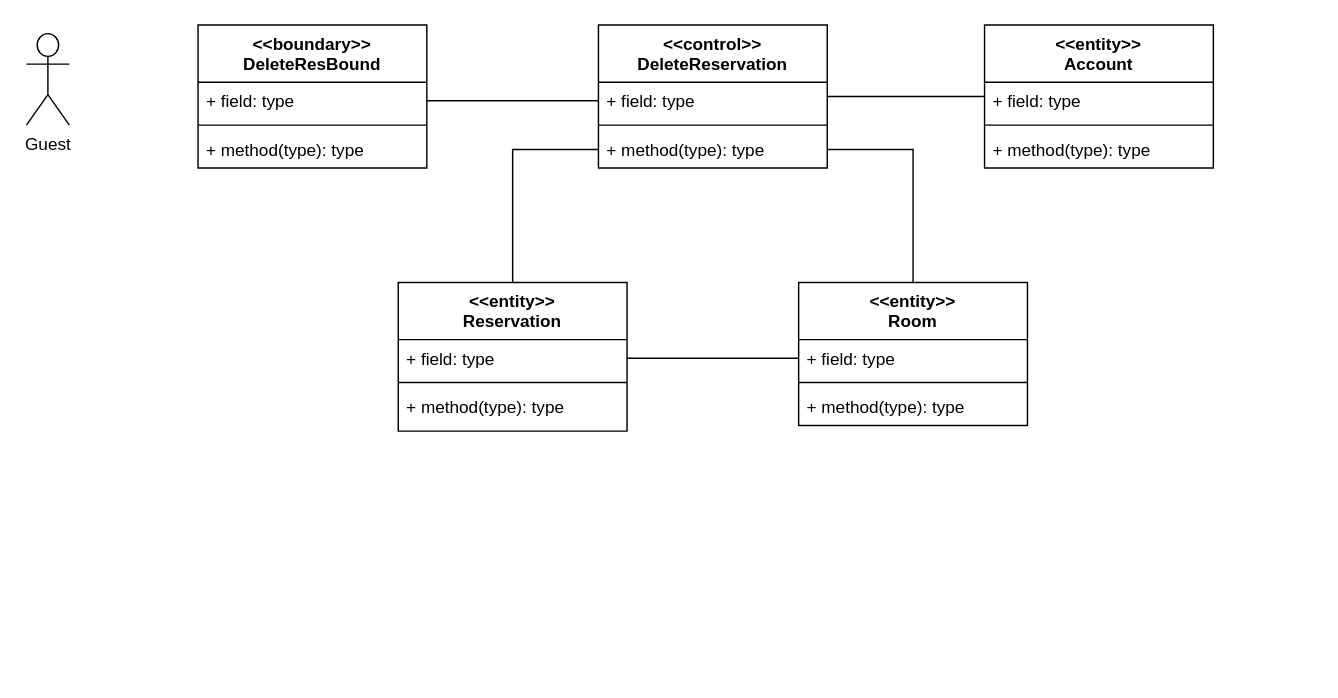
nic-agos/DoveStudi keeps this draw.io diagram as Docs/VoPC/VoPC DeleteReservation.drawio. Above is the earlier version. Source tidied: cells renumbered, new cells numbered last; positions are measured from the earlier drawing's top-left corner, leaving out a move shared by most shapes. Both pictures are drawn from the tidied source at 143%, with x=0, y=0 at pixel (26, 24).
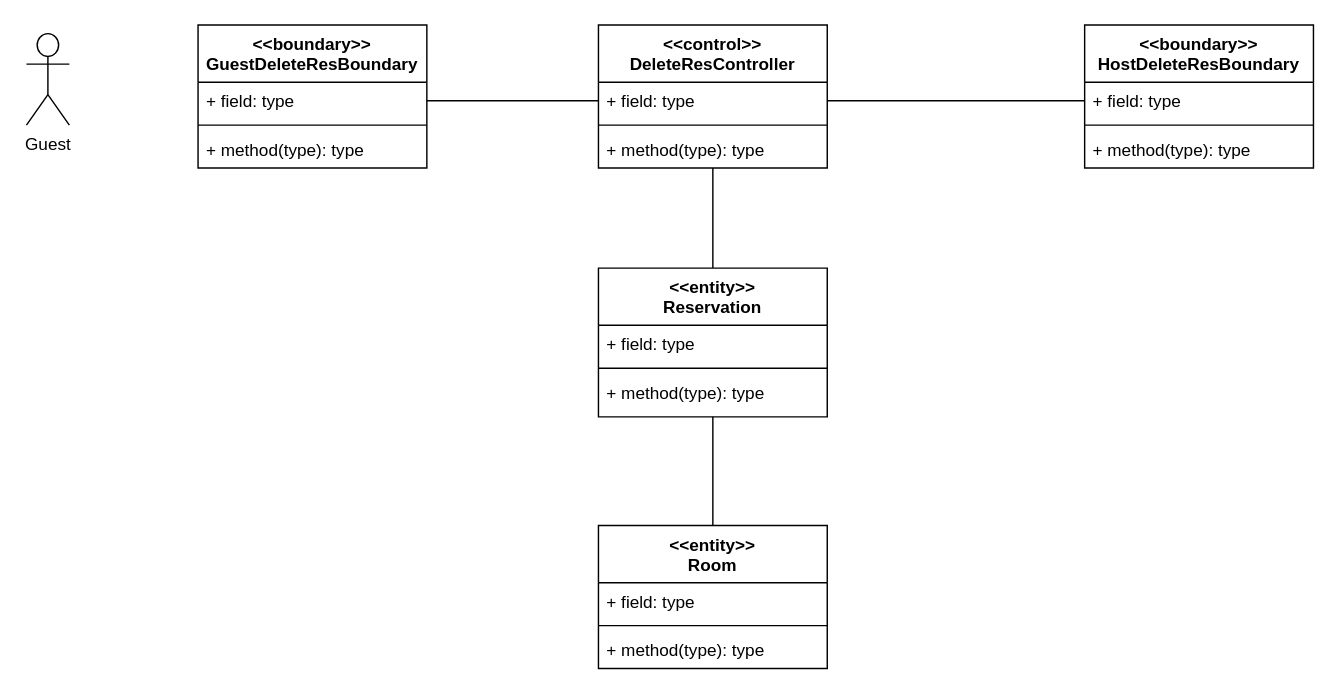
The same diagram, later.

The change refers to these unchanged cells:
```xml
<mxCell id="4" value="+ field: type" style="text;strokeColor=none;fillColor=none;align=left;verticalAlign=top;spacingLeft=4;spacingRight=4;overflow=hidden;points=[[0,0.5],[1,0.5]];portConstraint=eastwest;" parent="3" vertex="1">
  <mxGeometry y="40" width="160" height="26" as="geometry" />
</mxCell>
<mxCell id="6" value="+ method(type): type" style="text;strokeColor=none;fillColor=none;align=left;verticalAlign=top;spacingLeft=4;spacingRight=4;overflow=hidden;points=[[0,0.5],[1,0.5]];portConstraint=eastwest;" parent="3" vertex="1">
  <mxGeometry y="74" width="160" height="30" as="geometry" />
</mxCell>
<mxCell id="9" value="+ field: type" style="text;strokeColor=none;fillColor=none;align=left;verticalAlign=top;spacingLeft=4;spacingRight=4;overflow=hidden;points=[[0,0.5],[1,0.5]];portConstraint=eastwest;" parent="8" vertex="1">
  <mxGeometry y="40" width="160" height="26" as="geometry" />
</mxCell>
<mxCell id="11" value="+ method(type): type" style="text;strokeColor=none;fillColor=none;align=left;verticalAlign=top;spacingLeft=4;spacingRight=4;overflow=hidden;points=[[0,0.5],[1,0.5]];portConstraint=eastwest;" parent="8" vertex="1">
  <mxGeometry y="74" width="160" height="26" as="geometry" />
</mxCell>
<mxCell id="20" value="+ field: type" style="text;strokeColor=none;fillColor=none;align=left;verticalAlign=top;spacingLeft=4;spacingRight=4;overflow=hidden;points=[[0,0.5],[1,0.5]];portConstraint=eastwest;" parent="19" vertex="1">
  <mxGeometry y="40" width="160" height="26" as="geometry" />
</mxCell>
```

Change to the diagram source:
```diff
@@
-    <mxCell id="2" style="edgeStyle=orthogonalEdgeStyle;rounded=0;jettySize=auto;html=1;exitX=0.5;exitY=0;exitDx=0;exitDy=0;endArrow=none;endFill=0;" parent="1" edge="1" source="3" target="11">
+    <mxCell id="2" style="edgeStyle=orthogonalEdgeStyle;rounded=0;jettySize=auto;html=1;exitX=0.5;exitY=0;exitDx=0;exitDy=0;entryX=0.5;entryY=1;entryDx=0;entryDy=0;entryPerimeter=0;endArrow=none;endFill=0;" parent="1" edge="1" source="3" target="11">
       <mxGeometry relative="1" as="geometry" />
     </mxCell>
     <mxCell id="3" value="&lt;&lt;entity&gt;&gt;&#10;Reservation" style="swimlane;fontStyle=1;align=center;verticalAlign=top;horizontal=1;startSize=40;" parent="1" vertex="1">
-      <mxGeometry x="260" y="180" width="160" height="104" as="geometry" />
+      <mxGeometry x="400" y="170" width="160" height="104" as="geometry" />
     </mxCell>
@@
-    <mxCell id="7" style="edgeStyle=orthogonalEdgeStyle;rounded=0;jettySize=auto;html=1;exitX=1;exitY=0.5;exitDx=0;exitDy=0;entryX=0;entryY=0.5;entryDx=0;entryDy=0;endArrow=none;endFill=0;" parent="1" edge="1" source="8" target="24">
-      <mxGeometry relative="1" as="geometry" />
-    </mxCell>
-    <mxCell id="8" value="&lt;&lt;control&gt;&gt;&#10;DeleteReservation" style="swimlane;fontStyle=1;align=center;verticalAlign=top;horizontal=1;startSize=40;" parent="1" vertex="1">
+    <mxCell id="8" value="&lt;&lt;control&gt;&gt;&#10;DeleteResController" style="swimlane;fontStyle=1;align=center;verticalAlign=top;horizontal=1;startSize=40;" parent="1" vertex="1">
       <mxGeometry x="400" width="160" height="100" as="geometry" />
     </mxCell>
@@
-    <mxCell id="12" value="&lt;&lt;boundary&gt;&gt;&#10;DeleteResBound" style="swimlane;fontStyle=1;align=center;verticalAlign=top;horizontal=1;startSize=40;" parent="1" vertex="1">
+    <mxCell id="12" value="&lt;&lt;boundary&gt;&gt;&#10;GuestDeleteResBoundary" style="swimlane;fontStyle=1;align=center;verticalAlign=top;horizontal=1;startSize=40;" parent="1" vertex="1">
       <mxGeometry x="120" width="160" height="100" as="geometry" />
     </mxCell>
@@
-    <mxCell id="18" style="edgeStyle=orthogonalEdgeStyle;rounded=0;jettySize=auto;html=1;exitX=0.5;exitY=0;exitDx=0;exitDy=0;entryX=1;entryY=0.5;entryDx=0;entryDy=0;endArrow=none;endFill=0;" parent="1" edge="1" source="19" target="11">
-      <mxGeometry relative="1" as="geometry" />
-    </mxCell>
+    <mxCell id="28" style="edgeStyle=orthogonalEdgeStyle;rounded=0;jettySize=auto;html=1;entryX=0.5;entryY=1;entryDx=0;entryDy=0;entryPerimeter=0;endArrow=none;endFill=0;" parent="1" edge="1" source="19" target="6">
+      <mxGeometry relative="1" as="geometry" />
+    </mxCell>
     <mxCell id="19" value="&lt;&lt;entity&gt;&gt;&#10;Room" style="swimlane;fontStyle=1;align=center;verticalAlign=top;horizontal=1;startSize=40;" parent="1" vertex="1">
-      <mxGeometry x="540" y="180" width="160" height="100" as="geometry" />
+      <mxGeometry x="400" y="350" width="160" height="100" as="geometry" />
     </mxCell>
@@
-    <mxCell id="23" style="edgeStyle=orthogonalEdgeStyle;rounded=0;jettySize=auto;html=1;exitX=1;exitY=0.5;exitDx=0;exitDy=0;entryX=0;entryY=0.5;entryDx=0;entryDy=0;endArrow=none;endFill=0;" parent="1" edge="1" source="4" target="20">
-      <mxGeometry relative="1" as="geometry" />
-    </mxCell>
-    <mxCell id="24" value="&lt;&lt;entity&gt;&gt;&#10;Account" style="swimlane;fontStyle=1;align=center;verticalAlign=top;horizontal=1;startSize=40;" parent="1" vertex="1">
-      <mxGeometry x="670" width="160" height="100" as="geometry" />
-    </mxCell>
+    <mxCell id="29" value="&lt;&lt;boundary&gt;&gt;&#10;HostDeleteResBoundary" style="swimlane;fontStyle=1;align=center;verticalAlign=top;horizontal=1;startSize=40;" parent="1" vertex="1">
+      <mxGeometry x="740" width="160" height="100" as="geometry" />
+    </mxCell>
-    <mxCell id="25" value="+ field: type" style="text;strokeColor=none;fillColor=none;align=left;verticalAlign=top;spacingLeft=4;spacingRight=4;overflow=hidden;points=[[0,0.5],[1,0.5]];portConstraint=eastwest;" parent="24" vertex="1">
+    <mxCell id="25" value="+ field: type" style="text;strokeColor=none;fillColor=none;align=left;verticalAlign=top;spacingLeft=4;spacingRight=4;overflow=hidden;points=[[0,0.5],[1,0.5]];portConstraint=eastwest;" parent="29" vertex="1">
       <mxGeometry y="40" width="160" height="26" as="geometry" />
     </mxCell>
-    <mxCell id="26" style="line;strokeWidth=1;fillColor=none;align=left;verticalAlign=middle;spacingTop=-1;spacingLeft=3;spacingRight=3;labelPosition=right;" parent="24" vertex="1">
+    <mxCell id="26" style="line;strokeWidth=1;fillColor=none;align=left;verticalAlign=middle;spacingTop=-1;spacingLeft=3;spacingRight=3;labelPosition=right;" parent="29" vertex="1">
       <mxGeometry y="66" width="160" height="8" as="geometry" />
     </mxCell>
-    <mxCell id="27" value="+ method(type): type" style="text;strokeColor=none;fillColor=none;align=left;verticalAlign=top;spacingLeft=4;spacingRight=4;overflow=hidden;" parent="24" vertex="1">
+    <mxCell id="27" value="+ method(type): type" style="text;strokeColor=none;fillColor=none;align=left;verticalAlign=top;spacingLeft=4;spacingRight=4;overflow=hidden;" parent="29" vertex="1">
       <mxGeometry y="74" width="160" height="26" as="geometry" />
     </mxCell>
+    <mxCell id="30" style="edgeStyle=orthogonalEdgeStyle;rounded=0;jettySize=auto;html=1;exitX=1;exitY=0.5;exitDx=0;exitDy=0;entryX=0;entryY=0.5;entryDx=0;entryDy=0;endArrow=none;endFill=0;" parent="1" edge="1" source="9" target="25">
+      <mxGeometry relative="1" as="geometry" />
+    </mxCell>
```
